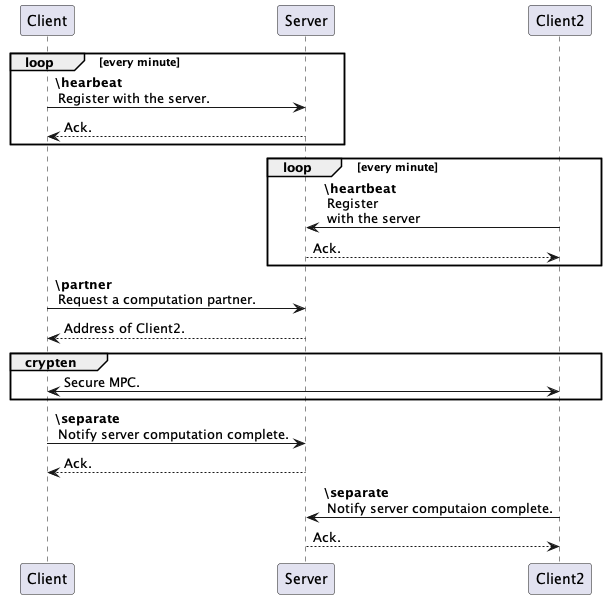
nicholasphair/iot-inspector-server keeps this PlantUML diagram as docs/img/compute_flow.png. Above is the earlier version.
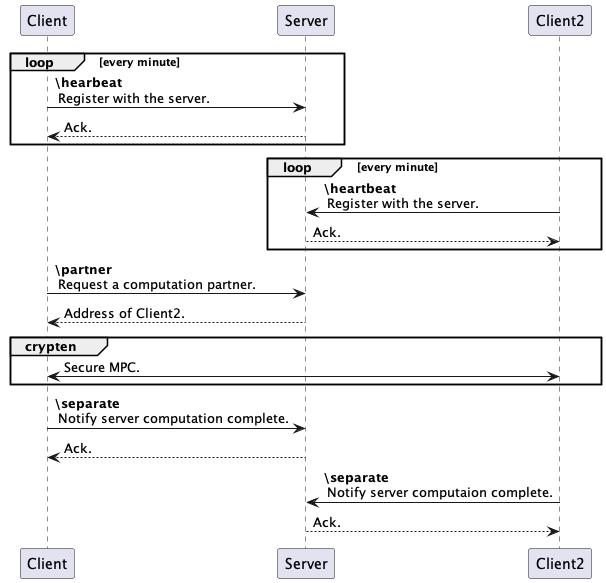
The same diagram one commit later.

Commit message:
add schemas and fix typo

Change to the diagram source:
```diff
@@ -5,7 +5,7 @@
 end
 
 loop every minute
-Client2 -> Server: **\heartbeat** \n Register \n with the server
+Client2 -> Server: **\heartbeat** \n Register with the server.
 Server --> Client2: Ack.
 end
 
```
